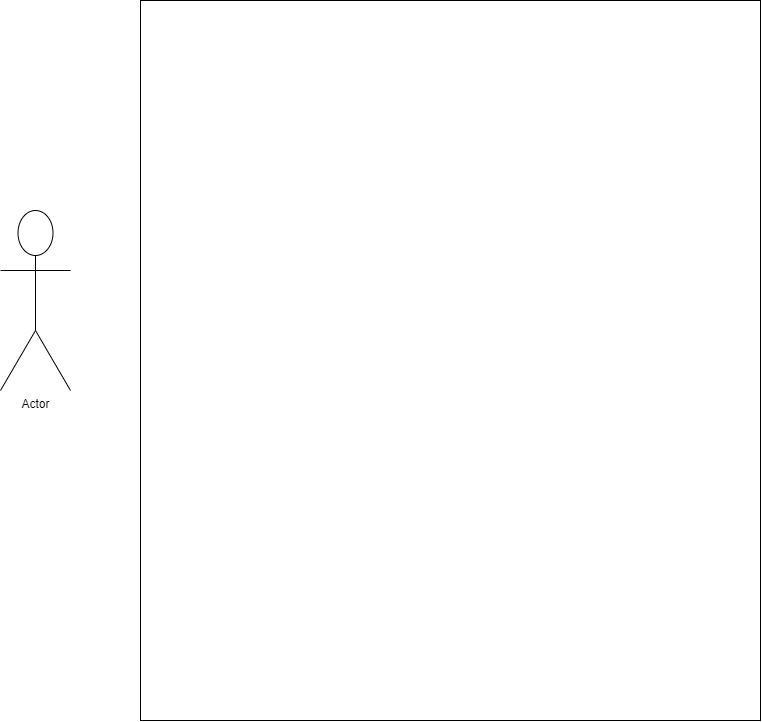
Before: Untitled Diagram.drawio.png, a diagram exported from draw.io (SyedaZarin/SafetyTips). Source tidied: cells renumbered, new cells last; positions are measured from the earlier drawing's top-left corner, leaving out a move shared by most shapes.
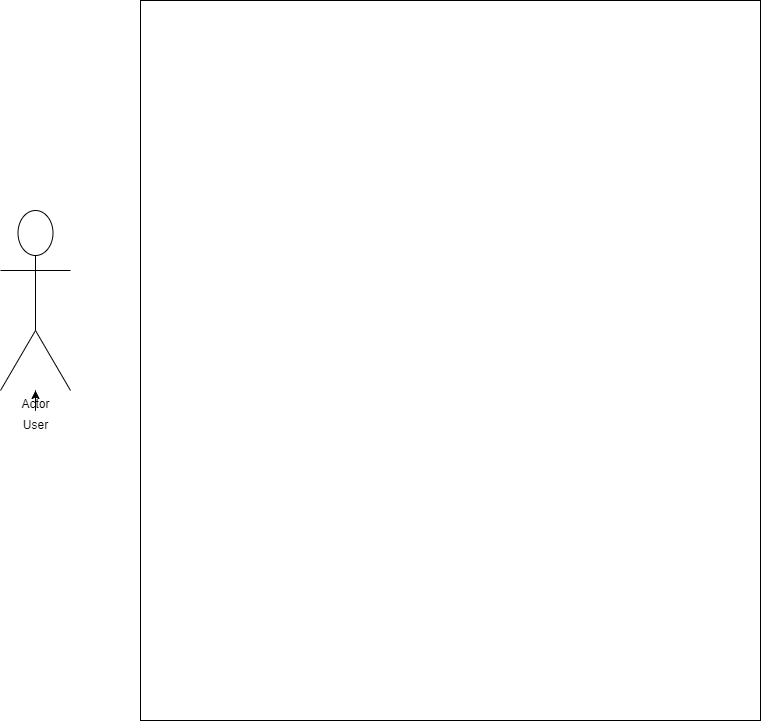
After the commit.

Diff of the diagram source:
```diff
@@ -8,5 +8,11 @@
     <mxCell id="3" value="Actor" style="shape=umlActor;verticalLabelPosition=bottom;verticalAlign=top;html=1;outlineConnect=0;" parent="1" vertex="1">
       <mxGeometry y="210" width="70" height="180" as="geometry" />
     </mxCell>
+    <mxCell id="4" style="edgeStyle=orthogonalEdgeStyle;rounded=0;jettySize=auto;html=1;" parent="1" edge="1" source="5" target="3">
+      <mxGeometry relative="1" as="geometry" />
+    </mxCell>
+    <mxCell id="5" value="User" style="text;html=1;align=center;verticalAlign=middle;points=[];strokeColor=none;fillColor=none;" parent="1" vertex="1">
+      <mxGeometry x="10" y="410" width="50" height="30" as="geometry" />
+    </mxCell>
   </root>
 </mxGraphModel>
```
